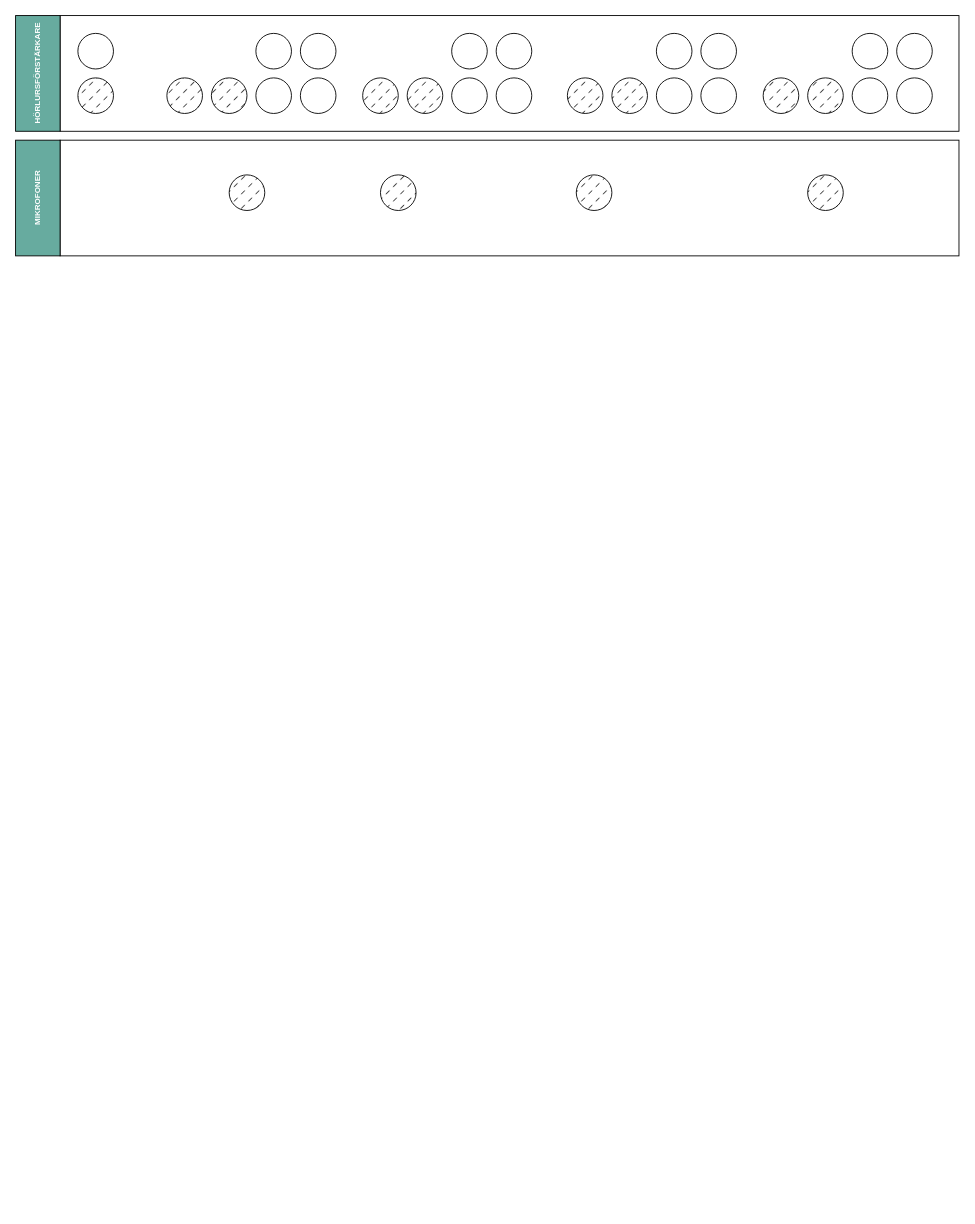
This is streambox-front.drawio from Svenska-Magic/StreamingManual, a draw.io file, before an edit. Source tidied: cells renumbered, new cells numbered last; positions are measured from the earlier drawing's top-left corner, leaving out a move shared by most shapes. Both pictures are drawn from the tidied source at 89%, with x=0, y=0 at pixel (15, 15).
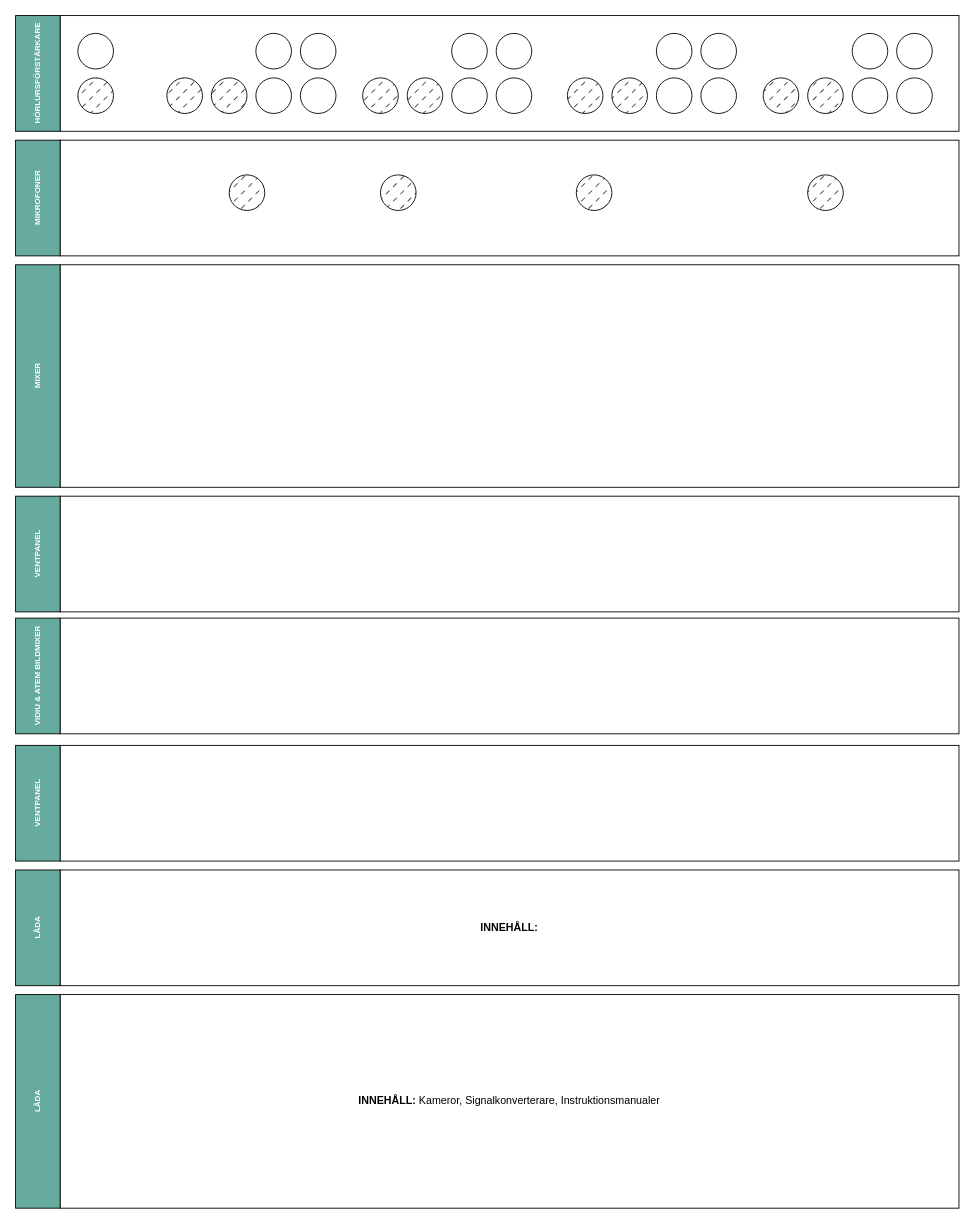
After the change.

What changed in the source:
```diff
@@
+    <mxCell id="36" style="rounded=0;whiteSpace=wrap;html=1;fillColor=none;" parent="1" vertex="1">
+      <mxGeometry x="50" y="280" width="1010" height="250" as="geometry" />
+    </mxCell>
+    <mxCell id="37" value="MIXER" style="rounded=0;whiteSpace=wrap;html=1;horizontal=0;fontStyle=1;fontSize=9;fontColor=#FFFFFF;fillColor=#67AB9F;" parent="1" vertex="1">
+      <mxGeometry y="280" width="50" height="250" as="geometry" />
+    </mxCell>
+    <mxCell id="38" style="rounded=0;whiteSpace=wrap;html=1;fillColor=none;" parent="1" vertex="1">
+      <mxGeometry x="50" y="540" width="1010" height="130" as="geometry" />
+    </mxCell>
+    <mxCell id="39" value="VENTPANEL" style="rounded=0;whiteSpace=wrap;html=1;horizontal=0;fontStyle=1;fontSize=9;fontColor=#FFFFFF;fillColor=#67AB9F;" parent="1" vertex="1">
+      <mxGeometry y="540" width="50" height="130" as="geometry" />
+    </mxCell>
+    <mxCell id="40" style="rounded=0;whiteSpace=wrap;html=1;fillColor=none;" parent="1" vertex="1">
+      <mxGeometry x="50" y="677" width="1010" height="130" as="geometry" />
+    </mxCell>
+    <mxCell id="41" value="&lt;div&gt;VIDIU &amp;amp; ATEM BILDMIXER&lt;/div&gt;" style="rounded=0;whiteSpace=wrap;html=1;horizontal=0;fontStyle=1;fontSize=9;fontColor=#FFFFFF;fillColor=#67AB9F;" parent="1" vertex="1">
+      <mxGeometry y="677" width="50" height="130" as="geometry" />
+    </mxCell>
+    <mxCell id="42" style="rounded=0;whiteSpace=wrap;html=1;fillColor=none;" parent="1" vertex="1">
+      <mxGeometry x="50" y="820" width="1010" height="130" as="geometry" />
+    </mxCell>
+    <mxCell id="43" value="&lt;div&gt;VENTPANEL&lt;/div&gt;" style="rounded=0;whiteSpace=wrap;html=1;horizontal=0;fontStyle=1;fontSize=9;fontColor=#FFFFFF;fillColor=#67AB9F;" parent="1" vertex="1">
+      <mxGeometry y="820" width="50" height="130" as="geometry" />
+    </mxCell>
+    <mxCell id="44" value="&lt;b&gt;INNEHÅLL:&lt;/b&gt; " style="rounded=0;whiteSpace=wrap;html=1;fillColor=none;" parent="1" vertex="1">
+      <mxGeometry x="50" y="960" width="1010" height="130" as="geometry" />
+    </mxCell>
+    <mxCell id="45" value="LÅDA" style="rounded=0;whiteSpace=wrap;html=1;horizontal=0;fontStyle=1;fontSize=9;fontColor=#FFFFFF;fillColor=#67AB9F;" parent="1" vertex="1">
+      <mxGeometry y="960" width="50" height="130" as="geometry" />
+    </mxCell>
+    <mxCell id="46" value="&lt;b&gt;INNEHÅLL:&lt;/b&gt; Kameror, Signalkonverterare, Instruktionsmanualer" style="rounded=0;whiteSpace=wrap;html=1;fillColor=none;" parent="1" vertex="1">
+      <mxGeometry x="50" y="1100" width="1010" height="240" as="geometry" />
+    </mxCell>
+    <mxCell id="47" value="LÅDA" style="rounded=0;whiteSpace=wrap;html=1;horizontal=0;fontStyle=1;fontSize=9;fontColor=#FFFFFF;fillColor=#67AB9F;" parent="1" vertex="1">
+      <mxGeometry y="1100" width="50" height="240" as="geometry" />
+    </mxCell>
```
